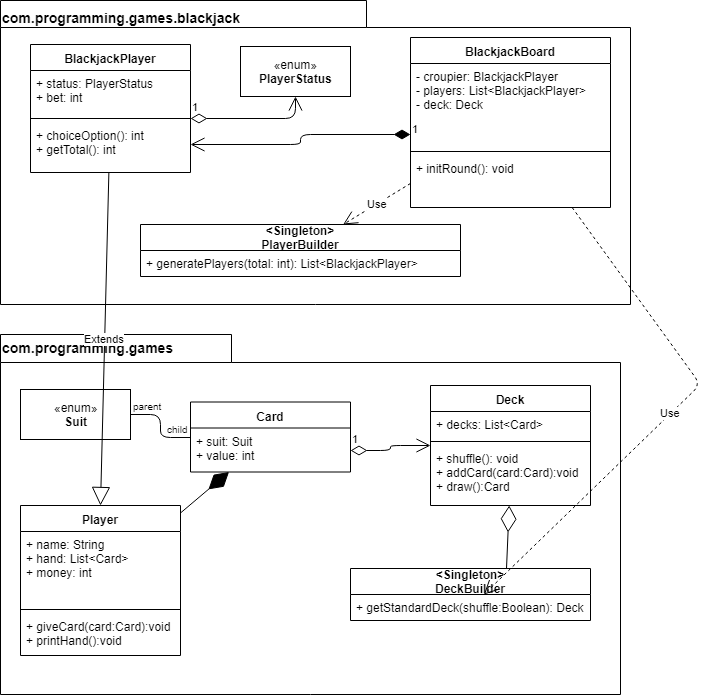
mplata/mcc-blackjack keeps this draw.io diagram as uml_blackjack.png. Above is the earlier version. Source tidied: cells renumbered, new cells last; positions are measured from the earlier drawing's top-left corner, leaving out a move shared by most shapes. Its diagram source:
```xml
<mxGraphModel>
  <root>
    <mxCell id="0" />
    <mxCell id="1" parent="0" />
    <mxCell id="2" style="shape=folder;fontStyle=1;spacingTop=10;tabWidth=231;tabHeight=28;tabPosition=left;html=1;" parent="1" vertex="1">
      <mxGeometry y="334" width="620" height="360" as="geometry" />
    </mxCell>
    <mxCell id="3" value="&lt;font style=&quot;font-size: 14px&quot;&gt;com.programming.games&lt;/font&gt;" style="text;strokeColor=none;fillColor=none;html=1;fontSize=24;fontStyle=1;verticalAlign=middle;align=left;" parent="1" vertex="1">
      <mxGeometry y="334" width="230" height="20" as="geometry" />
    </mxCell>
    <mxCell id="4" value="«enum»&lt;br&gt;&lt;b&gt;Suit&lt;/b&gt;" style="html=1;" parent="1" vertex="1">
      <mxGeometry x="20" y="389" width="110" height="50" as="geometry" />
    </mxCell>
    <mxCell id="5" value="Card" style="swimlane;fontStyle=1;align=center;verticalAlign=top;horizontal=1;startSize=26;" parent="1" vertex="1">
      <mxGeometry x="190" y="401.5" width="160" height="70" as="geometry" />
    </mxCell>
    <mxCell id="6" value="+ suit: Suit&#10;+ value: int" style="text;strokeColor=none;fillColor=none;align=left;verticalAlign=top;spacingLeft=4;spacingRight=4;overflow=hidden;points=[[0,0.5],[1,0.5]];portConstraint=eastwest;" parent="5" vertex="1">
      <mxGeometry y="26" width="160" height="44" as="geometry" />
    </mxCell>
    <mxCell id="7" value="Deck" style="swimlane;fontStyle=1;align=center;verticalAlign=top;horizontal=1;startSize=26;" parent="1" vertex="1">
      <mxGeometry x="430" y="385" width="160" height="120" as="geometry" />
    </mxCell>
    <mxCell id="8" value="+ decks: List&lt;Card&gt;" style="text;strokeColor=none;fillColor=none;align=left;verticalAlign=top;spacingLeft=4;spacingRight=4;overflow=hidden;" parent="7" vertex="1">
      <mxGeometry y="26" width="160" height="26" as="geometry" />
    </mxCell>
    <mxCell id="9" style="line;strokeWidth=1;fillColor=none;align=left;verticalAlign=middle;spacingTop=-1;spacingLeft=3;spacingRight=3;labelPosition=right;" parent="7" vertex="1">
      <mxGeometry y="52" width="160" height="8" as="geometry" />
    </mxCell>
    <mxCell id="10" value="+ shuffle(): void&#10;+ addCard(card:Card):void&#10;+ draw():Card" style="text;strokeColor=none;fillColor=none;align=left;verticalAlign=top;spacingLeft=4;spacingRight=4;overflow=hidden;points=[[0,0.5],[1,0.5]];portConstraint=eastwest;" parent="7" vertex="1">
      <mxGeometry y="60" width="160" height="60" as="geometry" />
    </mxCell>
    <mxCell id="11" value="&lt;Singleton&gt;&#10;DeckBuilder" style="swimlane;fontStyle=1;horizontal=1;startSize=26;fillColor=none;" parent="1" vertex="1">
      <mxGeometry x="350" y="568" width="240" height="52" as="geometry" />
    </mxCell>
    <mxCell id="12" value="+ getStandardDeck(shuffle:Boolean): Deck" style="text;strokeColor=none;fillColor=none;align=left;verticalAlign=top;spacingLeft=4;spacingRight=4;overflow=hidden;points=[[0,0.5],[1,0.5]];portConstraint=eastwest;" parent="11" vertex="1">
      <mxGeometry y="26" width="240" height="26" as="geometry" />
    </mxCell>
    <mxCell id="13" value="Player" style="swimlane;fontStyle=1;align=center;verticalAlign=top;horizontal=1;startSize=26;" parent="1" vertex="1">
      <mxGeometry x="20" y="505" width="160" height="150" as="geometry" />
    </mxCell>
    <mxCell id="14" value="+ name: String&#10;+ hand: List&lt;Card&gt;&#10;+ money: int&#10;" style="text;strokeColor=none;fillColor=none;align=left;verticalAlign=top;spacingLeft=4;spacingRight=4;overflow=hidden;" parent="13" vertex="1">
      <mxGeometry y="26" width="160" height="74" as="geometry" />
    </mxCell>
    <mxCell id="15" style="line;strokeWidth=1;fillColor=none;align=left;verticalAlign=middle;spacingTop=-1;spacingLeft=3;spacingRight=3;labelPosition=right;" parent="13" vertex="1">
      <mxGeometry y="100" width="160" height="8" as="geometry" />
    </mxCell>
    <mxCell id="16" value="+ giveCard(card:Card):void&#10;+ printHand():void" style="text;strokeColor=none;fillColor=none;align=left;verticalAlign=top;spacingLeft=4;spacingRight=4;overflow=hidden;" parent="13" vertex="1">
      <mxGeometry y="108" width="160" height="42" as="geometry" />
    </mxCell>
    <mxCell id="17" style="endArrow=none;html=1;edgeStyle=orthogonalEdgeStyle;exitX=1;exitY=0.5;exitDx=0;exitDy=0;" parent="1" edge="1" source="4" target="5">
      <mxGeometry relative="1" as="geometry" />
    </mxCell>
    <mxCell id="18" value="parent" style="html=1;align=left;verticalAlign=bottom;labelBackgroundColor=#ffffff;fontSize=10;" parent="17" vertex="1">
      <mxGeometry x="-1" relative="1" as="geometry" />
    </mxCell>
    <mxCell id="19" value="child" style="html=1;align=right;verticalAlign=bottom;labelBackgroundColor=#ffffff;fontSize=10;" parent="17" vertex="1">
      <mxGeometry x="1" relative="1" as="geometry" />
    </mxCell>
    <mxCell id="20" value="1" style="endArrow=open;html=1;endSize=12;startArrow=diamondThin;startSize=14;startFill=0;edgeStyle=orthogonalEdgeStyle;align=left;verticalAlign=bottom;exitX=1;exitY=0.5;exitDx=0;exitDy=0;" parent="1" edge="1" source="6" target="7">
      <mxGeometry x="-1" y="3" relative="1" as="geometry" />
    </mxCell>
    <mxCell id="21" style="endArrow=diamondThin;endFill=0;endSize=24;html=1;exitX=0.65;exitY=0;exitDx=0;exitDy=0;exitPerimeter=0;" parent="1" edge="1" source="11" target="10">
      <mxGeometry relative="1" as="geometry" />
    </mxCell>
    <mxCell id="22" style="endArrow=diamondThin;endFill=1;endSize=24;html=1;" parent="1" edge="1" source="13" target="5">
      <mxGeometry relative="1" as="geometry" />
    </mxCell>
    <mxCell id="23" style="shape=folder;fontStyle=1;spacingTop=10;tabWidth=366;tabHeight=27;tabPosition=left;html=1;" parent="1" vertex="1">
      <mxGeometry width="630" height="304" as="geometry" />
    </mxCell>
    <mxCell id="24" value="&lt;font style=&quot;font-size: 14px&quot;&gt;com.programming.games.blackjack&lt;/font&gt;" style="text;strokeColor=none;fillColor=none;html=1;fontSize=24;fontStyle=1;verticalAlign=middle;align=left;" parent="1" vertex="1">
      <mxGeometry y="4" width="310" height="20" as="geometry" />
    </mxCell>
    <mxCell id="25" value="BlackjackPlayer" style="swimlane;fontStyle=1;align=center;verticalAlign=top;horizontal=1;startSize=26;" parent="1" vertex="1">
      <mxGeometry x="30" y="44" width="160" height="128" as="geometry" />
    </mxCell>
    <mxCell id="26" value="+ status: PlayerStatus&#10;+ bet: int" style="text;strokeColor=none;fillColor=none;align=left;verticalAlign=top;spacingLeft=4;spacingRight=4;overflow=hidden;" parent="25" vertex="1">
      <mxGeometry y="26" width="160" height="44" as="geometry" />
    </mxCell>
    <mxCell id="27" style="line;strokeWidth=1;fillColor=none;align=left;verticalAlign=middle;spacingTop=-1;spacingLeft=3;spacingRight=3;labelPosition=right;points=[];portConstraint=eastwest;" parent="25" vertex="1">
      <mxGeometry y="70" width="160" height="8" as="geometry" />
    </mxCell>
    <mxCell id="28" value="+ choiceOption(): int&#10;+ getTotal(): int " style="text;strokeColor=none;fillColor=none;align=left;verticalAlign=top;spacingLeft=4;spacingRight=4;overflow=hidden;points=[[0,0.5],[1,0.5]];portConstraint=eastwest;" parent="25" vertex="1">
      <mxGeometry y="78" width="160" height="50" as="geometry" />
    </mxCell>
    <mxCell id="29" value="Extends" style="endArrow=block;endSize=16;endFill=0;html=1;entryX=0.5;entryY=0;entryDx=0;entryDy=0;" parent="1" edge="1" source="25" target="13">
      <mxGeometry relative="1" as="geometry" />
    </mxCell>
    <mxCell id="30" value="«enum»&lt;br&gt;&lt;b&gt;PlayerStatus&lt;/b&gt;" style="html=1;" parent="1" vertex="1">
      <mxGeometry x="240" y="46" width="110" height="50" as="geometry" />
    </mxCell>
    <mxCell id="31" value="1" style="endArrow=open;html=1;endSize=12;startArrow=diamondThin;startSize=14;startFill=0;edgeStyle=orthogonalEdgeStyle;align=left;verticalAlign=bottom;" parent="1" edge="1" source="27" target="30">
      <mxGeometry x="-1" y="3" relative="1" as="geometry" />
    </mxCell>
    <mxCell id="32" value="BlackjackBoard" style="swimlane;fontStyle=1;align=center;verticalAlign=top;horizontal=1;startSize=26;" parent="1" vertex="1">
      <mxGeometry x="410" y="37" width="200" height="170" as="geometry" />
    </mxCell>
    <mxCell id="33" value="- croupier: BlackjackPlayer&#10;- players: List&lt;BlackjackPlayer&gt;&#10;- deck: Deck" style="text;strokeColor=none;fillColor=none;align=left;verticalAlign=top;spacingLeft=4;spacingRight=4;overflow=hidden;points=[[0,0.5],[1,0.5]];portConstraint=eastwest;" parent="32" vertex="1">
      <mxGeometry y="26" width="200" height="84" as="geometry" />
    </mxCell>
    <mxCell id="34" style="line;strokeWidth=1;fillColor=none;align=left;verticalAlign=middle;spacingTop=-1;spacingLeft=3;spacingRight=3;labelPosition=right;" parent="32" vertex="1">
      <mxGeometry y="110" width="200" height="8" as="geometry" />
    </mxCell>
    <mxCell id="35" value="+ initRound(): void" style="text;strokeColor=none;fillColor=none;align=left;verticalAlign=top;spacingLeft=4;spacingRight=4;overflow=hidden;" parent="32" vertex="1">
      <mxGeometry y="118" width="200" height="52" as="geometry" />
    </mxCell>
    <mxCell id="36" value="&lt;Singleton&gt;&#10;PlayerBuilder" style="swimlane;fontStyle=1;horizontal=1;startSize=26;fillColor=none;" parent="1" vertex="1">
      <mxGeometry x="140" y="224" width="320" height="52" as="geometry" />
    </mxCell>
    <mxCell id="37" value="+ generatePlayers(total: int): List&lt;BlackjackPlayer&gt;" style="text;strokeColor=none;fillColor=none;align=left;verticalAlign=top;spacingLeft=4;spacingRight=4;overflow=hidden;" parent="36" vertex="1">
      <mxGeometry y="26" width="320" height="26" as="geometry" />
    </mxCell>
    <mxCell id="38" value="Use" style="endArrow=open;endSize=12;dashed=1;html=1;" parent="1" edge="1" source="32" target="36">
      <mxGeometry relative="1" as="geometry" />
    </mxCell>
    <mxCell id="39" value="Use" style="endArrow=open;endSize=12;dashed=1;html=1;" parent="1" edge="1" source="32" target="12">
      <mxGeometry relative="1" as="geometry">
        <Array as="points">
          <mxPoint x="700" y="384" />
        </Array>
      </mxGeometry>
    </mxCell>
    <mxCell id="40" value="1" style="endArrow=open;html=1;endSize=12;startArrow=diamondThin;startSize=14;startFill=1;edgeStyle=orthogonalEdgeStyle;align=left;verticalAlign=bottom;" parent="1" edge="1" source="33" target="25">
      <mxGeometry x="-1" y="3" relative="1" as="geometry">
        <Array as="points">
          <mxPoint x="300" y="134" />
          <mxPoint x="300" y="144" />
        </Array>
      </mxGeometry>
    </mxCell>
  </root>
</mxGraphModel>
```
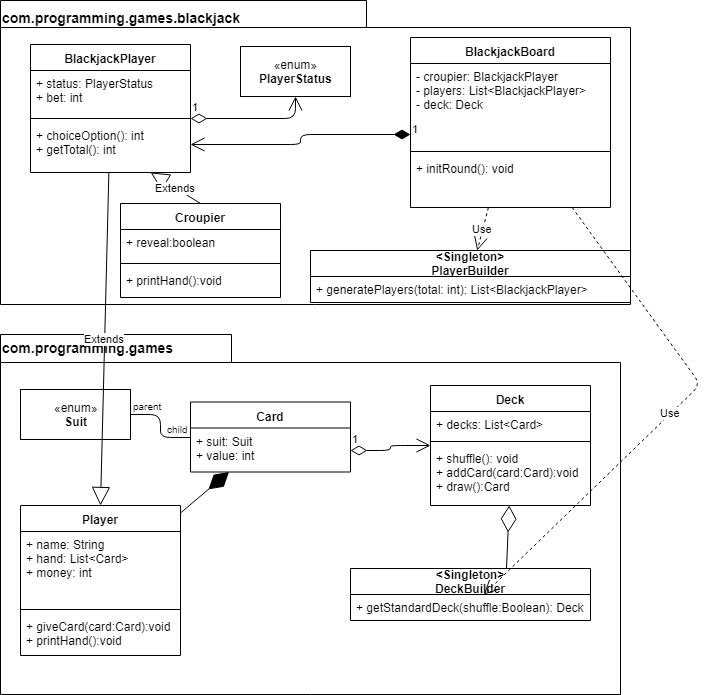
Later version of the same file.

Commit message:
Diagrama actualizado

Diff of the diagram source:
```diff
@@ -105,7 +105,7 @@
       <mxGeometry y="118" width="200" height="52" as="geometry" />
     </mxCell>
     <mxCell id="36" value="&lt;Singleton&gt;&#10;PlayerBuilder" style="swimlane;fontStyle=1;horizontal=1;startSize=26;fillColor=none;" parent="1" vertex="1">
-      <mxGeometry x="140" y="224" width="320" height="52" as="geometry" />
+      <mxGeometry x="310" y="250" width="320" height="52" as="geometry" />
     </mxCell>
     <mxCell id="37" value="+ generatePlayers(total: int): List&lt;BlackjackPlayer&gt;" style="text;strokeColor=none;fillColor=none;align=left;verticalAlign=top;spacingLeft=4;spacingRight=4;overflow=hidden;" parent="36" vertex="1">
       <mxGeometry y="26" width="320" height="26" as="geometry" />
@@ -128,5 +128,20 @@
         </Array>
       </mxGeometry>
     </mxCell>
+    <mxCell id="41" value="Croupier" style="swimlane;fontStyle=1;align=center;verticalAlign=top;horizontal=1;startSize=26;" parent="1" vertex="1">
+      <mxGeometry x="120" y="203" width="160" height="94" as="geometry" />
+    </mxCell>
+    <mxCell id="42" value="+ reveal:boolean" style="text;strokeColor=none;fillColor=none;align=left;verticalAlign=top;spacingLeft=4;spacingRight=4;overflow=hidden;" parent="41" vertex="1">
+      <mxGeometry y="26" width="160" height="30" as="geometry" />
+    </mxCell>
+    <mxCell id="43" style="line;strokeWidth=1;fillColor=none;align=left;verticalAlign=middle;spacingTop=-1;spacingLeft=3;spacingRight=3;labelPosition=right;" parent="41" vertex="1">
+      <mxGeometry y="56" width="160" height="8" as="geometry" />
+    </mxCell>
+    <mxCell id="44" value="+ printHand():void" style="text;strokeColor=none;fillColor=none;align=left;verticalAlign=top;spacingLeft=4;spacingRight=4;overflow=hidden;" parent="41" vertex="1">
+      <mxGeometry y="64" width="160" height="30" as="geometry" />
+    </mxCell>
+    <mxCell id="45" value="Extends" style="endArrow=block;endSize=16;endFill=0;html=1;exitX=0.5;exitY=0;exitDx=0;exitDy=0;" parent="1" edge="1" source="41" target="28">
+      <mxGeometry relative="1" as="geometry" />
+    </mxCell>
   </root>
 </mxGraphModel>
```
